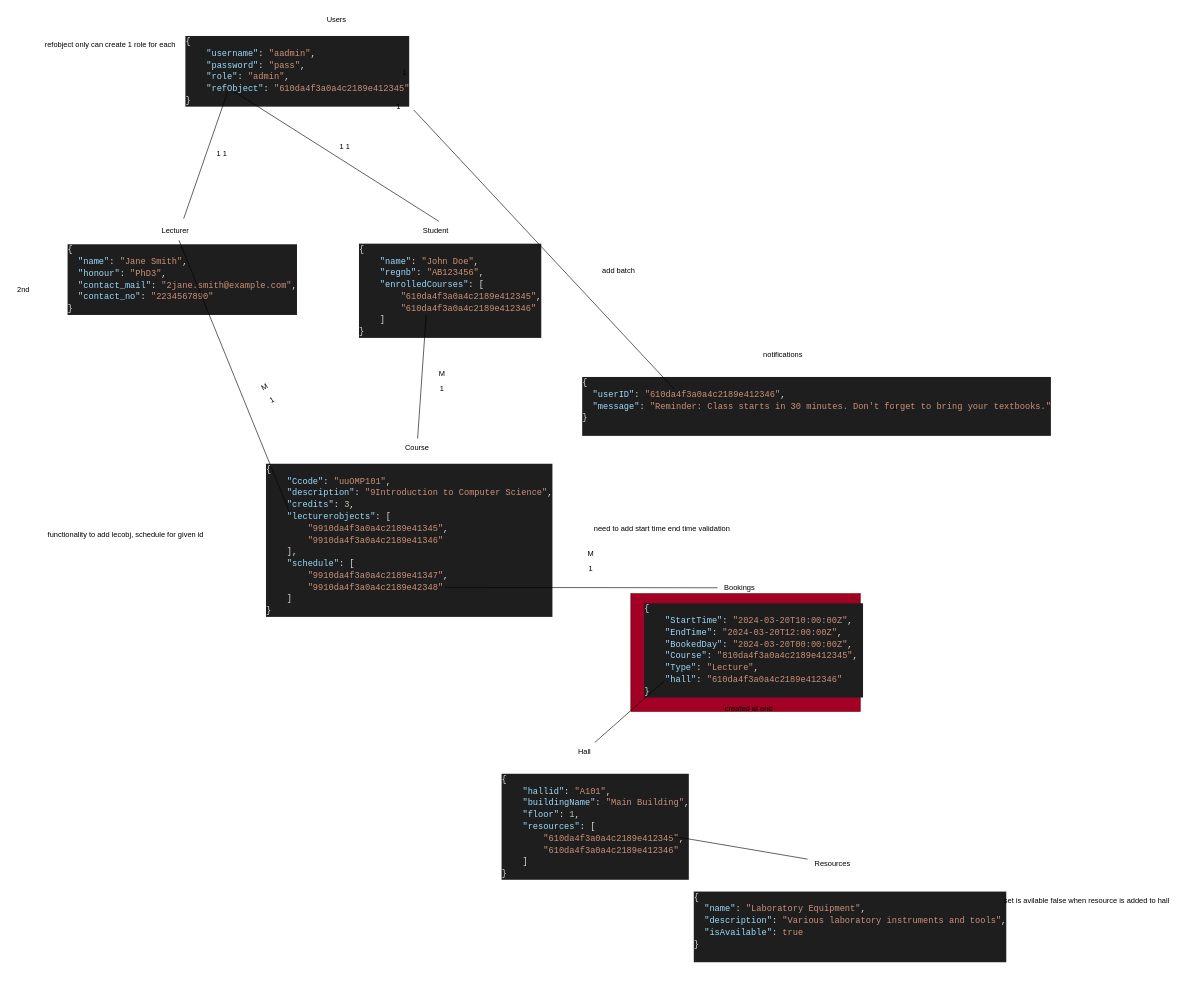
Earlier version of the draw.io diagram jsonMapping.drawio (nxdun/timetide). Source tidied: cells renumbered, new cells numbered last; positions are measured from the earlier drawing's top-left corner, leaving out a move shared by most shapes. Both pictures are drawn from the tidied source at 62%, with x=0, y=0 at pixel (11, 11).
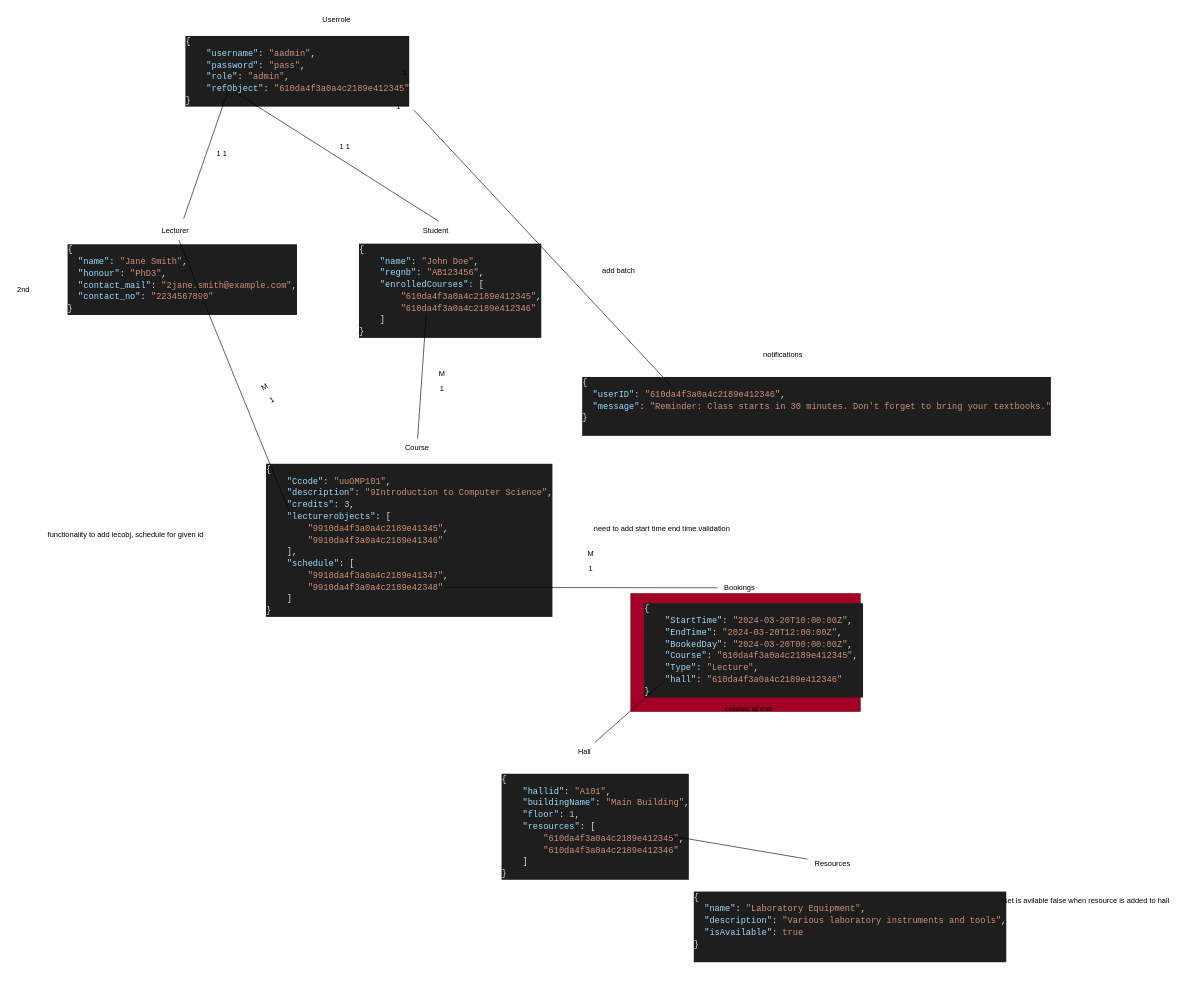
Above is the later version.

The change refers to these unchanged cells:
```xml
<mxCell id="16" style="group;" parent="1" vertex="1">
  <mxGeometry x="260" width="390" height="170" as="geometry" />
</mxCell>
```

Change to the diagram source:
```diff
@@
-    <mxCell id="18" value="Users" style="text;html=1;align=center;verticalAlign=middle;strokeColor=none;fillColor=none;" parent="16" vertex="1">
-      <mxGeometry x="240" width="50" height="30" as="geometry" />
+    <mxCell id="18" value="Userrole" style="text;html=1;align=center;verticalAlign=middle;strokeColor=none;fillColor=none;" parent="16" vertex="1">
+      <mxGeometry x="230" width="70" height="30" as="geometry" />
     </mxCell>
@@
-    <mxCell id="33" value="refobject only can create 1 role for each" style="text;html=1;align=center;verticalAlign=middle;strokeColor=none;fillColor=none;" parent="1" vertex="1">
-      <mxGeometry x="45" y="40" width="230" height="30" as="geometry" />
-    </mxCell>
```
